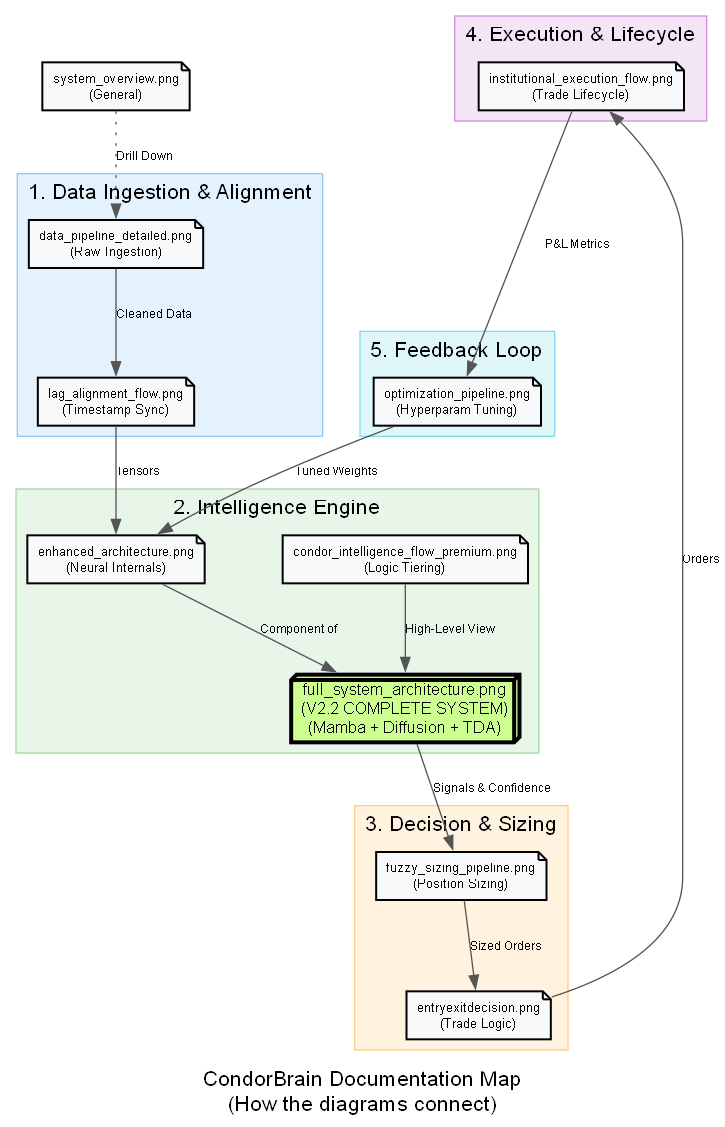
This is docs/architecture/diagram_map.png from trextrader/spy-iron-condor-trading, a Graphviz export, as it was before one commit. Its source is kept beside it as docs/architecture/diagram_map.dot. Its diagram source:
```dot
digraph DiagramMap {
    rankdir=TB;
    compound=true;
    fontname="Helvetica";
    nodesep=0.8;
    ranksep=0.8;

    node [shape=note, fontname="Helvetica", fontsize=10, style=filled, fillcolor="#f8f9fa", penwidth=1.5];
    edge [fontname="Helvetica", fontsize=9, color="#555555"];

    label = "CondorBrain Documentation Map\n(How the diagrams connect)";
    fontsize=16;

    subgraph cluster_data {
        label = "1. Data Ingestion & Alignment";
        style = filled;
        fillcolor = "#e3f2fd";
        color = "#90caf9";

        d_pipeline [label="data_pipeline_detailed.png\n(Raw Ingestion)", href="data_pipeline_detailed.png"];
        d_lag [label="lag_alignment_flow.png\n(Timestamp Sync)", href="lag_alignment_flow.png"];

        d_pipeline -> d_lag [label="Cleaned Data"];
    }

    subgraph cluster_intel {
        label = "2. Intelligence Engine";
        style = filled;
        fillcolor = "#e8f5e9";
        color = "#a5d6a7";

        d_full [label="full_system_architecture.png\n(V2.2 COMPLETE SYSTEM)\n(Mamba + Diffusion + TDA)", shape=box3d, fillcolor="#ccff90", fontsize=12, penwidth=3, href="full_system_architecture.png"];

        d_enhanced [label="enhanced_architecture.png\n(Neural Internals)", href="enhanced_architecture.png"];
        d_premium [label="condor_intelligence_flow_premium.png\n(Logic Tiering)", href="condor_intelligence_flow_premium.png"];

        d_enhanced -> d_full [label="Component of"];
        d_premium -> d_full [label="High-Level View"];
    }

    subgraph cluster_decision {
        label = "3. Decision & Sizing";
        style = filled;
        fillcolor = "#fff3e0";
        color = "#ffcc80";

        d_fuzzy [label="fuzzy_sizing_pipeline.png\n(Position Sizing)", href="fuzzy_sizing_pipeline.png"];
        d_entry [label="entryexitdecision.png\n(Trade Logic)", href="entryexitdecision.png"];

        d_full -> d_fuzzy [label="Signals & Confidence"];
        d_fuzzy -> d_entry [label="Sized Orders"];
    }

    subgraph cluster_exec {
        label = "4. Execution & Lifecycle";
        style = filled;
        fillcolor = "#f3e5f5";
        color = "#ce93d8";

        d_exec [label="institutional_execution_flow.png\n(Trade Lifecycle)", href="institutional_execution_flow.png"];
        d_overview [label="system_overview.png\n(General)", href="system_overview.png"];
    }

    subgraph cluster_opt {
        label = "5. Feedback Loop";
        style = filled;
        fillcolor = "#e0f7fa";
        color = "#80deea";

        d_opt [label="optimization_pipeline.png\n(Hyperparam Tuning)", href="optimization_pipeline.png"];
    }

    d_lag -> d_enhanced [label="Tensors"];
    d_entry -> d_exec [label="Orders"];
    d_exec -> d_opt [label="P&L Metrics"];
    d_opt -> d_enhanced [label="Tuned Weights"];

    {rank=source; d_overview}
    d_overview -> d_pipeline [style=dotted, label="Drill Down"];

}
```
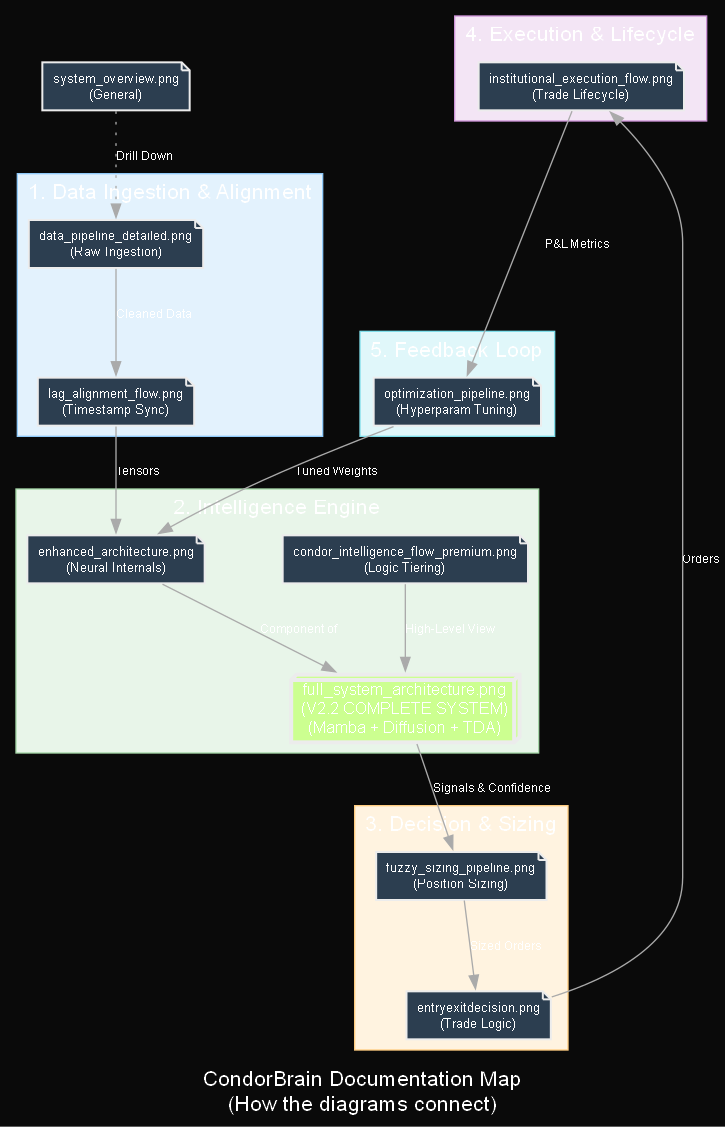
After the change.

What changed in the source:
```diff
@@ -5,10 +5,12 @@
     nodesep=0.8;
     ranksep=0.8;
 
-    node [shape=note, fontname="Helvetica", fontsize=10, style=filled, fillcolor="#f8f9fa", penwidth=1.5];
-    edge [fontname="Helvetica", fontsize=9, color="#555555"];
+    bgcolor="#0a0a0a";
+    node [shape=note, fontname="Helvetica", fontsize=10, style=filled, fillcolor="#2c3e50", fontcolor="white", color="#ececec", penwidth=1.5];
+    edge [fontname="Helvetica", fontsize=9, color="#aaaaaa", fontcolor="white"];
 
     label = "CondorBrain Documentation Map\n(How the diagrams connect)";
+    fontcolor="white";
     fontsize=16;
 
     subgraph cluster_data {
```
